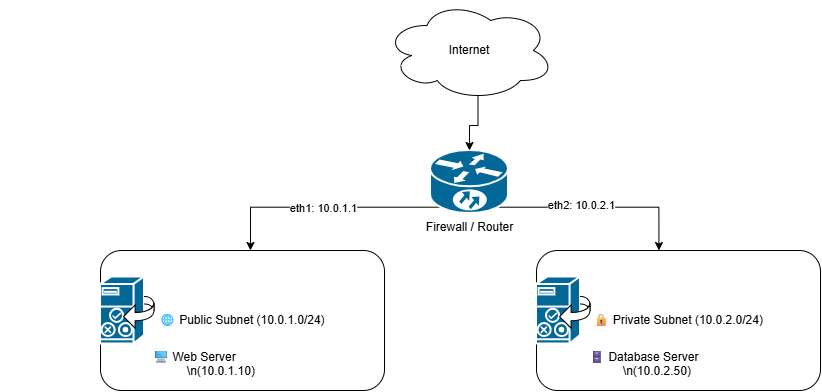
Above: diagrams/network-topology.png in bettgedion/network-architecture-lab (draw.io), before the change. Source tidied: cells renumbered, new cells last; positions are measured from the earlier drawing's top-left corner, leaving out a move shared by most shapes. Source of this version:
```xml
<mxGraphModel>
  <root>
    <mxCell id="0" />
    <mxCell id="1" parent="0" />
    <mxCell id="2" value="Internet" style="ellipse;shape=cloud;whiteSpace=wrap;html=1;perimeter=cloudPerimeter;" parent="1" vertex="1">
      <mxGeometry x="284" width="170" height="100" as="geometry" />
    </mxCell>
    <mxCell id="3" style="edgeStyle=orthogonalEdgeStyle;rounded=0;jettySize=auto;html=1;exitX=0.12;exitY=0.9;exitDx=0;exitDy=0;exitPerimeter=0;entryX=0.53;entryY=-0.034;entryDx=0;entryDy=0;defaultLabelBackgroundColor=page;" parent="1" edge="1" source="7" target="8">
      <mxGeometry relative="1" as="geometry" />
    </mxCell>
    <mxCell id="4" value="eth1: 10.0.1.1" style="edgeLabel;html=1;align=center;verticalAlign=middle;inheritText=1;defaultLabelBackgroundColor=page;" parent="3" vertex="1">
      <mxGeometry y="1" relative="1" as="geometry" />
    </mxCell>
    <mxCell id="5" style="edgeStyle=orthogonalEdgeStyle;rounded=0;jettySize=auto;html=1;exitX=0.88;exitY=0.9;exitDx=0;exitDy=0;exitPerimeter=0;entryX=0.431;entryY=-0.001;entryDx=0;entryDy=0;defaultLabelBackgroundColor=page;" parent="1" edge="1" source="7" target="9">
      <mxGeometry relative="1" as="geometry" />
    </mxCell>
    <mxCell id="6" value="eth2: 10.0.2.1" style="edgeLabel;html=1;align=center;verticalAlign=middle;inheritText=1;defaultLabelBackgroundColor=page;" parent="5" vertex="1">
      <mxGeometry x="-0.19" y="2" relative="1" as="geometry" />
    </mxCell>
    <mxCell id="7" value="Firewall / Router" style="strokeColor=#ffffff;sketch=0;html=1;dashed=0;fillColor=#036897;strokeWidth=2;verticalLabelPosition=bottom;verticalAlign=top;align=center;outlineConnect=0;shape=mxgraph.cisco.routers.10700;labelPerimeter=1;" parent="1" vertex="1">
      <mxGeometry x="330" y="150" width="78" height="63" as="geometry" />
    </mxCell>
    <mxCell id="8" value="🌐 Public Subnet (10.0.1.0/24)" style="rounded=1;whiteSpace=wrap;html=1;roundedPerimeter=1;" parent="1" vertex="1">
      <mxGeometry y="250" width="284" height="140" as="geometry" />
    </mxCell>
    <mxCell id="9" value="🔒 Private Subnet (10.0.2.0/24)" style="rounded=1;whiteSpace=wrap;html=1;roundedPerimeter=1;" parent="1" vertex="1">
      <mxGeometry x="436" y="250" width="284" height="140" as="geometry" />
    </mxCell>
    <mxCell id="10" value="&lt;span style=&quot;white-space: pre;&quot;&gt;&#9;&lt;/span&gt;&lt;span style=&quot;white-space: pre;&quot;&gt;&#9;&lt;/span&gt;&lt;span style=&quot;white-space: pre;&quot;&gt;&#9;&lt;/span&gt;&lt;span style=&quot;white-space: pre;&quot;&gt;&#9;&lt;/span&gt;&lt;span style=&quot;white-space: pre;&quot;&gt;&#9;&lt;/span&gt;🖥️ Web Server&lt;br&gt;&lt;span style=&quot;white-space: pre;&quot;&gt;&#9;&lt;/span&gt;&lt;span style=&quot;white-space: pre;&quot;&gt;&#9;&lt;/span&gt;&lt;span style=&quot;white-space: pre;&quot;&gt;&#9;&lt;/span&gt;&lt;span style=&quot;white-space: pre;&quot;&gt;&#9;&lt;/span&gt;&lt;span style=&quot;white-space: pre;&quot;&gt;&#9;&lt;/span&gt;&lt;span style=&quot;white-space: pre;&quot;&gt;&#9;&lt;/span&gt;&lt;span style=&quot;white-space: pre;&quot;&gt;&#9;&lt;/span&gt;\n(10.0.1.10)" style="strokeColor=#ffffff;sketch=0;html=1;dashed=0;fillColor=#036897;strokeWidth=2;verticalLabelPosition=bottom;verticalAlign=top;align=center;shape=mxgraph.cisco.servers.cisco_unified_presence_server;labelPerimeter=1;" parent="1" vertex="1">
      <mxGeometry y="276.5" width="54" height="67" as="geometry" />
    </mxCell>
    <mxCell id="11" value="&lt;span style=&quot;white-space: pre;&quot;&gt;&#9;&lt;/span&gt;&lt;span style=&quot;white-space: pre;&quot;&gt;&#9;&lt;/span&gt;&lt;span style=&quot;white-space: pre;&quot;&gt;&#9;&lt;/span&gt;&lt;span style=&quot;white-space: pre;&quot;&gt;&#9;&lt;/span&gt;&lt;span style=&quot;white-space: pre;&quot;&gt;&#9;&lt;/span&gt;&lt;span style=&quot;white-space: pre;&quot;&gt;&#9;&lt;/span&gt;🗄️ Database Server&lt;div&gt;&lt;span style=&quot;white-space: pre;&quot;&gt;&#9;&lt;/span&gt;&lt;span style=&quot;white-space: pre;&quot;&gt;&#9;&lt;/span&gt;&lt;span style=&quot;white-space: pre;&quot;&gt;&#9;&lt;/span&gt;&lt;span style=&quot;white-space: pre;&quot;&gt;&#9;&lt;/span&gt;&lt;span style=&quot;white-space: pre;&quot;&gt;&#9;&lt;/span&gt;&lt;span style=&quot;white-space: pre;&quot;&gt;&#9;&lt;span style=&quot;white-space: pre;&quot;&gt;&#9;&lt;/span&gt;&lt;/span&gt;\n(10.0.2.50)&lt;/div&gt;" style="strokeColor=#ffffff;sketch=0;html=1;dashed=0;fillColor=#036897;strokeWidth=2;verticalLabelPosition=bottom;verticalAlign=top;align=center;shape=mxgraph.cisco.servers.cisco_unified_presence_server;labelPerimeter=1;" parent="1" vertex="1">
      <mxGeometry x="436" y="276.5" width="54" height="67" as="geometry" />
    </mxCell>
    <mxCell id="12" style="edgeStyle=orthogonalEdgeStyle;rounded=0;jettySize=auto;html=1;exitX=0.55;exitY=0.95;exitDx=0;exitDy=0;exitPerimeter=0;entryX=0.5;entryY=0;entryDx=0;entryDy=0;entryPerimeter=0;defaultLabelBackgroundColor=page;" parent="1" edge="1" source="2" target="7">
      <mxGeometry relative="1" as="geometry" />
    </mxCell>
  </root>
</mxGraphModel>
```
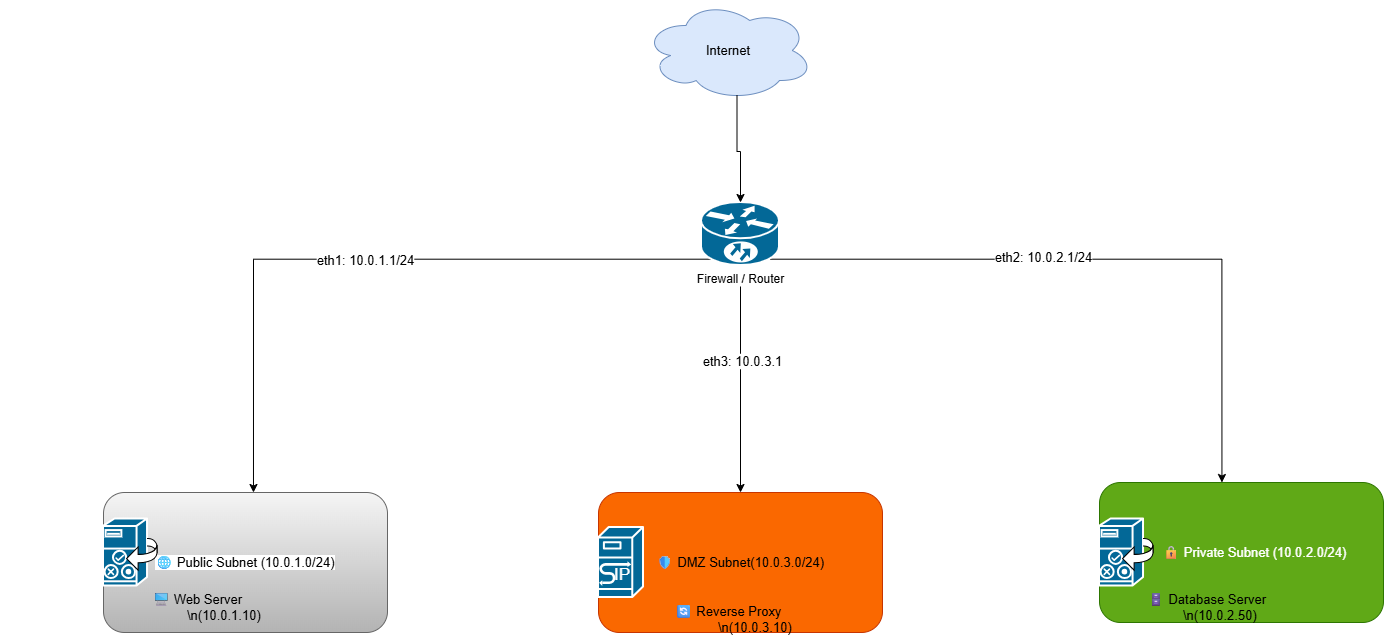
The same file after the commit.

Commit message:
docs: highly polish network topology diagram aesthetic and styling formatting

What changed in the source:
```diff
@@ -2,38 +2,50 @@
   <root>
     <mxCell id="0" />
     <mxCell id="1" parent="0" />
-    <mxCell id="2" value="Internet" style="ellipse;shape=cloud;whiteSpace=wrap;html=1;perimeter=cloudPerimeter;" parent="1" vertex="1">
-      <mxGeometry x="284" width="170" height="100" as="geometry" />
+    <mxCell id="2" value="&lt;font style=&quot;font-size: 13px;&quot;&gt;Internet&lt;/font&gt;" style="ellipse;shape=cloud;whiteSpace=wrap;html=1;perimeter=cloudPerimeter;fillColor=#dae8fc;strokeColor=#6c8ebf;" parent="1" vertex="1">
+      <mxGeometry x="-4" y="-102" width="170" height="100" as="geometry" />
     </mxCell>
     <mxCell id="3" style="edgeStyle=orthogonalEdgeStyle;rounded=0;jettySize=auto;html=1;exitX=0.12;exitY=0.9;exitDx=0;exitDy=0;exitPerimeter=0;entryX=0.53;entryY=-0.034;entryDx=0;entryDy=0;defaultLabelBackgroundColor=page;" parent="1" edge="1" source="7" target="8">
       <mxGeometry relative="1" as="geometry" />
     </mxCell>
-    <mxCell id="4" value="eth1: 10.0.1.1" style="edgeLabel;html=1;align=center;verticalAlign=middle;inheritText=1;defaultLabelBackgroundColor=page;" parent="3" vertex="1">
+    <mxCell id="4" value="&lt;font style=&quot;font-size: 13px;&quot;&gt;eth1: 10.0.1.1/24&lt;/font&gt;" style="edgeLabel;html=1;align=center;verticalAlign=middle;inheritText=1;defaultLabelBackgroundColor=page;" parent="3" vertex="1">
       <mxGeometry y="1" relative="1" as="geometry" />
     </mxCell>
     <mxCell id="5" style="edgeStyle=orthogonalEdgeStyle;rounded=0;jettySize=auto;html=1;exitX=0.88;exitY=0.9;exitDx=0;exitDy=0;exitPerimeter=0;entryX=0.431;entryY=-0.001;entryDx=0;entryDy=0;defaultLabelBackgroundColor=page;" parent="1" edge="1" source="7" target="9">
       <mxGeometry relative="1" as="geometry" />
     </mxCell>
-    <mxCell id="6" value="eth2: 10.0.2.1" style="edgeLabel;html=1;align=center;verticalAlign=middle;inheritText=1;defaultLabelBackgroundColor=page;" parent="5" vertex="1">
+    <mxCell id="6" value="&lt;font style=&quot;font-size: 13px;&quot;&gt;eth2: 10.0.2.1/24&lt;/font&gt;" style="edgeLabel;html=1;align=center;verticalAlign=middle;inheritText=1;defaultLabelBackgroundColor=page;" parent="5" vertex="1">
       <mxGeometry x="-0.19" y="2" relative="1" as="geometry" />
     </mxCell>
+    <mxCell id="13" style="edgeStyle=orthogonalEdgeStyle;rounded=0;jettySize=auto;html=1;entryX=0.5;entryY=0;entryDx=0;entryDy=0;defaultLabelBackgroundColor=page;" parent="1" edge="1" source="7" target="15">
+      <mxGeometry relative="1" as="geometry" />
+    </mxCell>
+    <mxCell id="14" value="&lt;font style=&quot;font-size: 13px;&quot;&gt;eth3: 10.0.3.1&lt;/font&gt;" style="edgeLabel;html=1;align=center;verticalAlign=middle;inheritText=1;defaultLabelBackgroundColor=page;" parent="13" vertex="1">
+      <mxGeometry x="-0.29" y="1" relative="1" as="geometry" />
+    </mxCell>
     <mxCell id="7" value="Firewall / Router" style="strokeColor=#ffffff;sketch=0;html=1;dashed=0;fillColor=#036897;strokeWidth=2;verticalLabelPosition=bottom;verticalAlign=top;align=center;outlineConnect=0;shape=mxgraph.cisco.routers.10700;labelPerimeter=1;" parent="1" vertex="1">
-      <mxGeometry x="330" y="150" width="78" height="63" as="geometry" />
+      <mxGeometry x="54" y="100" width="78" height="63" as="geometry" />
     </mxCell>
-    <mxCell id="8" value="🌐 Public Subnet (10.0.1.0/24)" style="rounded=1;whiteSpace=wrap;html=1;roundedPerimeter=1;" parent="1" vertex="1">
-      <mxGeometry y="250" width="284" height="140" as="geometry" />
+    <mxCell id="8" value="&lt;font style=&quot;background-color: light-dark(#ffffff, var(--ge-dark-color, #121212)); font-size: 13px;&quot;&gt;🌐 Public Subnet (10.0.1.0/24)&lt;/font&gt;" style="rounded=1;whiteSpace=wrap;html=1;roundedPerimeter=1;fillColor=#f5f5f5;strokeColor=#666666;gradientColor=#b3b3b3;" parent="1" vertex="1">
+      <mxGeometry x="-544" y="390" width="284" height="140" as="geometry" />
     </mxCell>
-    <mxCell id="9" value="🔒 Private Subnet (10.0.2.0/24)" style="rounded=1;whiteSpace=wrap;html=1;roundedPerimeter=1;" parent="1" vertex="1">
-      <mxGeometry x="436" y="250" width="284" height="140" as="geometry" />
+    <mxCell id="9" value="&lt;font style=&quot;font-size: 13px;&quot;&gt;&lt;span style=&quot;white-space: pre;&quot;&gt;&#9;&lt;/span&gt;🔒 Private Subnet (10.0.2.0/24)&lt;/font&gt;" style="rounded=1;whiteSpace=wrap;html=1;roundedPerimeter=1;fillColor=#60a917;strokeColor=#2D7600;fontColor=#ffffff;" parent="1" vertex="1">
+      <mxGeometry x="452" y="380" width="284" height="140" as="geometry" />
     </mxCell>
-    <mxCell id="10" value="&lt;span style=&quot;white-space: pre;&quot;&gt;&#9;&lt;/span&gt;&lt;span style=&quot;white-space: pre;&quot;&gt;&#9;&lt;/span&gt;&lt;span style=&quot;white-space: pre;&quot;&gt;&#9;&lt;/span&gt;&lt;span style=&quot;white-space: pre;&quot;&gt;&#9;&lt;/span&gt;&lt;span style=&quot;white-space: pre;&quot;&gt;&#9;&lt;/span&gt;🖥️ Web Server&lt;br&gt;&lt;span style=&quot;white-space: pre;&quot;&gt;&#9;&lt;/span&gt;&lt;span style=&quot;white-space: pre;&quot;&gt;&#9;&lt;/span&gt;&lt;span style=&quot;white-space: pre;&quot;&gt;&#9;&lt;/span&gt;&lt;span style=&quot;white-space: pre;&quot;&gt;&#9;&lt;/span&gt;&lt;span style=&quot;white-space: pre;&quot;&gt;&#9;&lt;/span&gt;&lt;span style=&quot;white-space: pre;&quot;&gt;&#9;&lt;/span&gt;&lt;span style=&quot;white-space: pre;&quot;&gt;&#9;&lt;/span&gt;\n(10.0.1.10)" style="strokeColor=#ffffff;sketch=0;html=1;dashed=0;fillColor=#036897;strokeWidth=2;verticalLabelPosition=bottom;verticalAlign=top;align=center;shape=mxgraph.cisco.servers.cisco_unified_presence_server;labelPerimeter=1;" parent="1" vertex="1">
-      <mxGeometry y="276.5" width="54" height="67" as="geometry" />
+    <mxCell id="10" value="&lt;font style=&quot;font-size: 13px;&quot;&gt;&lt;span style=&quot;white-space: pre;&quot;&gt;&#9;&lt;/span&gt;&lt;span style=&quot;white-space: pre;&quot;&gt;&#9;&lt;/span&gt;&lt;span style=&quot;white-space: pre;&quot;&gt;&#9;&lt;/span&gt;&lt;span style=&quot;white-space: pre;&quot;&gt;&#9;&lt;/span&gt;&lt;span style=&quot;white-space: pre;&quot;&gt;&#9;&lt;/span&gt;🖥️ Web Server&lt;br&gt;&lt;span style=&quot;white-space: pre;&quot;&gt;&#9;&lt;/span&gt;&lt;span style=&quot;white-space: pre;&quot;&gt;&#9;&lt;/span&gt;&lt;span style=&quot;white-space: pre;&quot;&gt;&#9;&lt;/span&gt;&lt;span style=&quot;white-space: pre;&quot;&gt;&#9;&lt;/span&gt;&lt;span style=&quot;white-space: pre;&quot;&gt;&#9;&lt;/span&gt;&lt;span style=&quot;white-space: pre;&quot;&gt;&#9;&lt;/span&gt;&lt;span style=&quot;white-space: pre;&quot;&gt;&#9;&lt;/span&gt;\n(10.0.1.10)&lt;/font&gt;" style="strokeColor=#ffffff;sketch=0;html=1;dashed=0;fillColor=#036897;strokeWidth=2;verticalLabelPosition=bottom;verticalAlign=top;align=center;shape=mxgraph.cisco.servers.cisco_unified_presence_server;labelPerimeter=1;" parent="1" vertex="1">
+      <mxGeometry x="-544" y="416.5" width="54" height="67" as="geometry" />
     </mxCell>
-    <mxCell id="11" value="&lt;span style=&quot;white-space: pre;&quot;&gt;&#9;&lt;/span&gt;&lt;span style=&quot;white-space: pre;&quot;&gt;&#9;&lt;/span&gt;&lt;span style=&quot;white-space: pre;&quot;&gt;&#9;&lt;/span&gt;&lt;span style=&quot;white-space: pre;&quot;&gt;&#9;&lt;/span&gt;&lt;span style=&quot;white-space: pre;&quot;&gt;&#9;&lt;/span&gt;&lt;span style=&quot;white-space: pre;&quot;&gt;&#9;&lt;/span&gt;🗄️ Database Server&lt;div&gt;&lt;span style=&quot;white-space: pre;&quot;&gt;&#9;&lt;/span&gt;&lt;span style=&quot;white-space: pre;&quot;&gt;&#9;&lt;/span&gt;&lt;span style=&quot;white-space: pre;&quot;&gt;&#9;&lt;/span&gt;&lt;span style=&quot;white-space: pre;&quot;&gt;&#9;&lt;/span&gt;&lt;span style=&quot;white-space: pre;&quot;&gt;&#9;&lt;/span&gt;&lt;span style=&quot;white-space: pre;&quot;&gt;&#9;&lt;span style=&quot;white-space: pre;&quot;&gt;&#9;&lt;/span&gt;&lt;/span&gt;\n(10.0.2.50)&lt;/div&gt;" style="strokeColor=#ffffff;sketch=0;html=1;dashed=0;fillColor=#036897;strokeWidth=2;verticalLabelPosition=bottom;verticalAlign=top;align=center;shape=mxgraph.cisco.servers.cisco_unified_presence_server;labelPerimeter=1;" parent="1" vertex="1">
-      <mxGeometry x="436" y="276.5" width="54" height="67" as="geometry" />
+    <mxCell id="11" value="&lt;font style=&quot;font-size: 13px;&quot;&gt;&lt;span style=&quot;white-space: pre;&quot;&gt;&#9;&lt;/span&gt;&lt;span style=&quot;white-space: pre;&quot;&gt;&#9;&lt;/span&gt;&lt;span style=&quot;white-space: pre;&quot;&gt;&#9;&lt;/span&gt;&lt;span style=&quot;white-space: pre;&quot;&gt;&#9;&lt;/span&gt;&lt;span style=&quot;white-space: pre;&quot;&gt;&#9;&lt;/span&gt;&lt;span style=&quot;white-space: pre;&quot;&gt;&#9;&lt;/span&gt;🗄️ Database Server&lt;/font&gt;&lt;div&gt;&lt;font style=&quot;font-size: 13px;&quot;&gt;&lt;span style=&quot;white-space: pre;&quot;&gt;&#9;&lt;/span&gt;&lt;span style=&quot;white-space: pre;&quot;&gt;&#9;&lt;/span&gt;&lt;span style=&quot;white-space: pre;&quot;&gt;&#9;&lt;/span&gt;&lt;span style=&quot;white-space: pre;&quot;&gt;&#9;&lt;/span&gt;&lt;span style=&quot;white-space: pre;&quot;&gt;&#9;&lt;/span&gt;&lt;span style=&quot;white-space: pre;&quot;&gt;&#9;&lt;span style=&quot;white-space: pre;&quot;&gt;&#9;&lt;/span&gt;&lt;/span&gt;\n(10.0.2.50)&lt;/font&gt;&lt;/div&gt;" style="strokeColor=#ffffff;sketch=0;html=1;dashed=0;fillColor=#036897;strokeWidth=2;verticalLabelPosition=bottom;verticalAlign=top;align=center;shape=mxgraph.cisco.servers.cisco_unified_presence_server;labelPerimeter=1;" parent="1" vertex="1">
+      <mxGeometry x="452" y="416.5" width="54" height="67" as="geometry" />
     </mxCell>
     <mxCell id="12" style="edgeStyle=orthogonalEdgeStyle;rounded=0;jettySize=auto;html=1;exitX=0.55;exitY=0.95;exitDx=0;exitDy=0;exitPerimeter=0;entryX=0.5;entryY=0;entryDx=0;entryDy=0;entryPerimeter=0;defaultLabelBackgroundColor=page;" parent="1" edge="1" source="2" target="7">
       <mxGeometry relative="1" as="geometry" />
     </mxCell>
+    <mxCell id="15" value="&lt;font style=&quot;font-size: 13px;&quot;&gt;🛡️ DMZ Subnet(10.0.3.0/24)&lt;/font&gt;" style="rounded=1;whiteSpace=wrap;html=1;roundedPerimeter=1;fillColor=#fa6800;strokeColor=#C73500;fontColor=#000000;" parent="1" vertex="1">
+      <mxGeometry x="-49" y="390" width="284" height="140" as="geometry" />
+    </mxCell>
+    <mxCell id="16" value="&lt;font style=&quot;font-size: 13px;&quot;&gt;&lt;span style=&quot;white-space: pre;&quot;&gt;&#9;&lt;/span&gt;&lt;span style=&quot;white-space: pre;&quot;&gt;&#9;&lt;/span&gt;&lt;span style=&quot;white-space: pre;&quot;&gt;&#9;&lt;span style=&quot;white-space: pre;&quot;&gt;&#9;&lt;/span&gt;&lt;span style=&quot;white-space: pre;&quot;&gt;&#9;&lt;/span&gt;&lt;span style=&quot;white-space: pre;&quot;&gt;&#9;&lt;/span&gt;&lt;span style=&quot;white-space: pre;&quot;&gt;&#9;&lt;/span&gt;&lt;span style=&quot;white-space: pre;&quot;&gt;&#9;&lt;/span&gt;&lt;/span&gt;🔄 Reverse Proxy&lt;/font&gt;&lt;div&gt;&lt;font style=&quot;font-size: 13px;&quot;&gt;&lt;span style=&quot;white-space: pre;&quot;&gt;&#9;&lt;/span&gt;&lt;span style=&quot;white-space: pre;&quot;&gt;&#9;&lt;/span&gt;&lt;span style=&quot;white-space: pre;&quot;&gt;&#9;&lt;/span&gt;&lt;span style=&quot;white-space: pre;&quot;&gt;&#9;&lt;/span&gt;&lt;span style=&quot;white-space: pre;&quot;&gt;&#9;&lt;/span&gt;&lt;span style=&quot;white-space: pre;&quot;&gt;&#9;&lt;/span&gt;&lt;span style=&quot;white-space: pre;&quot;&gt;&#9;&lt;/span&gt;&lt;span style=&quot;white-space: pre;&quot;&gt;&#9;&lt;/span&gt;&lt;span style=&quot;white-space: pre;&quot;&gt;&#9;&lt;/span&gt;&lt;span style=&quot;white-space: pre;&quot;&gt;&#9;&lt;/span&gt;\n(10.0.3.10)&lt;/font&gt;&lt;/div&gt;&lt;div&gt;&lt;/div&gt;" style="strokeColor=#ffffff;sketch=0;html=1;dashed=0;fillColor=#036897;strokeWidth=2;verticalLabelPosition=bottom;verticalAlign=top;align=center;shape=mxgraph.cisco.servers.sip_proxy_server;labelPerimeter=1;" parent="1" vertex="1">
+      <mxGeometry x="-49" y="425" width="45" height="70" as="geometry" />
+    </mxCell>
   </root>
 </mxGraphModel>
```
